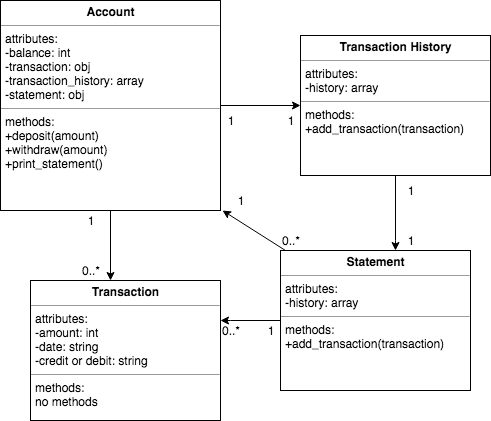
Before: images/bank-tech-test.png, a diagram exported from draw.io (CazaBelle/bank-tech-test-ruby). Source tidied: cells renumbered, new cells last; positions are measured from the earlier drawing's top-left corner, leaving out a move shared by most shapes.
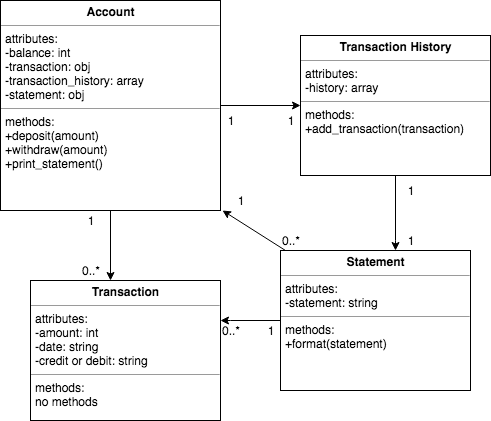
Above is the later version.

What changed in the source:
```diff
@@ -33,7 +33,7 @@
         </Array>
       </mxGeometry>
     </mxCell>
-    <mxCell id="9" value="&lt;p style=&quot;margin: 0px ; margin-top: 4px ; text-align: center&quot;&gt;&lt;b&gt;Statement&lt;/b&gt;&lt;/p&gt;&lt;hr size=&quot;1&quot;&gt;&lt;p style=&quot;margin: 0px ; margin-left: 4px&quot;&gt;attributes:&amp;nbsp;&lt;/p&gt;&lt;p style=&quot;margin: 0px ; margin-left: 4px&quot;&gt;-history: array&lt;br&gt;&lt;/p&gt;&lt;hr size=&quot;1&quot;&gt;&lt;p style=&quot;margin: 0px ; margin-left: 4px&quot;&gt;methods:&lt;/p&gt;&lt;p style=&quot;margin: 0px ; margin-left: 4px&quot;&gt;+add_transaction(transaction)&lt;/p&gt;&lt;p style=&quot;margin: 0px ; margin-left: 4px&quot;&gt;&lt;br&gt;&lt;/p&gt;" style="verticalAlign=top;align=left;overflow=fill;fontSize=12;fontFamily=Helvetica;html=1;" parent="1" vertex="1">
+    <mxCell id="9" value="&lt;p style=&quot;margin: 0px ; margin-top: 4px ; text-align: center&quot;&gt;&lt;b&gt;Statement&lt;/b&gt;&lt;/p&gt;&lt;hr size=&quot;1&quot;&gt;&lt;p style=&quot;margin: 0px ; margin-left: 4px&quot;&gt;attributes:&amp;nbsp;&lt;/p&gt;&lt;p style=&quot;margin: 0px ; margin-left: 4px&quot;&gt;-statement: string&lt;br&gt;&lt;/p&gt;&lt;hr size=&quot;1&quot;&gt;&lt;p style=&quot;margin: 0px ; margin-left: 4px&quot;&gt;methods:&lt;/p&gt;&lt;p style=&quot;margin: 0px ; margin-left: 4px&quot;&gt;+format(statement)&lt;/p&gt;&lt;p style=&quot;margin: 0px ; margin-left: 4px&quot;&gt;&lt;br&gt;&lt;/p&gt;" style="verticalAlign=top;align=left;overflow=fill;fontSize=12;fontFamily=Helvetica;html=1;" parent="1" vertex="1">
       <mxGeometry x="280" y="250" width="190" height="140" as="geometry" />
     </mxCell>
     <mxCell id="10" style="endArrow=classic;html=1;exitX=0.026;exitY=0;exitDx=0;exitDy=0;exitPerimeter=0;entryX=1.009;entryY=1;entryDx=0;entryDy=0;entryPerimeter=0;" parent="1" edge="1" source="9" target="4">
```
